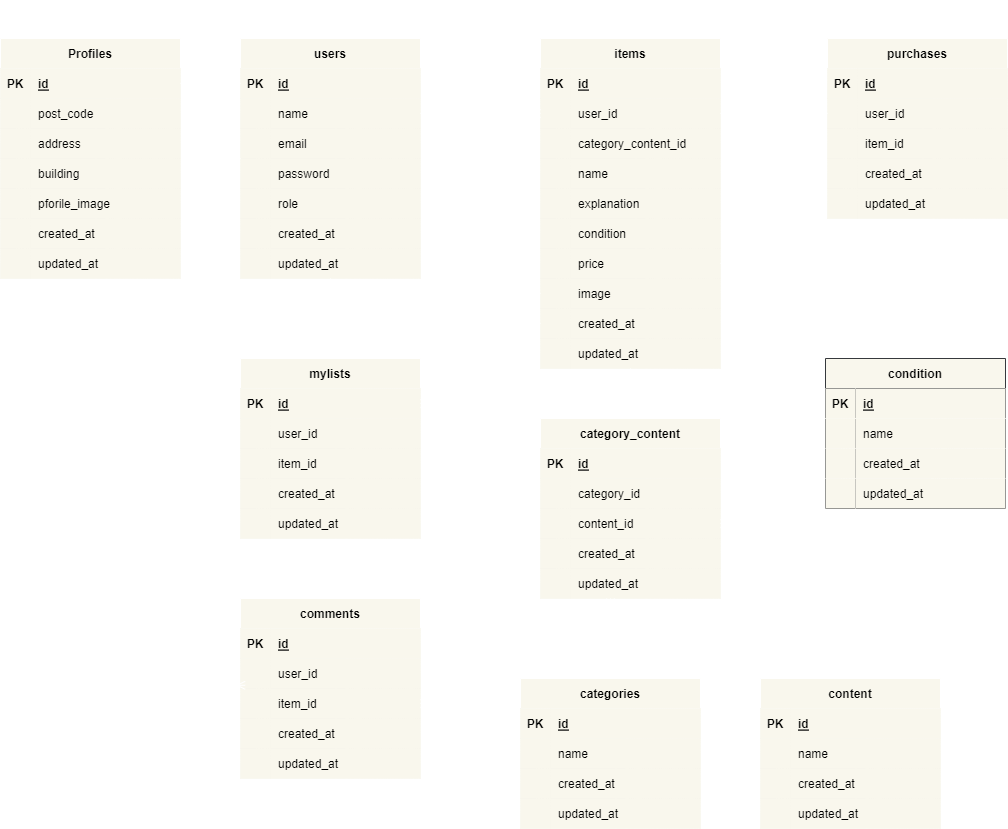
The draw.io diagram fleamarket.drawio.png in MinaYamamoto/fleamarket, before a commit. Source tidied: cells renumbered, new cells last; positions are measured from the earlier drawing's top-left corner, leaving out a move shared by most shapes.
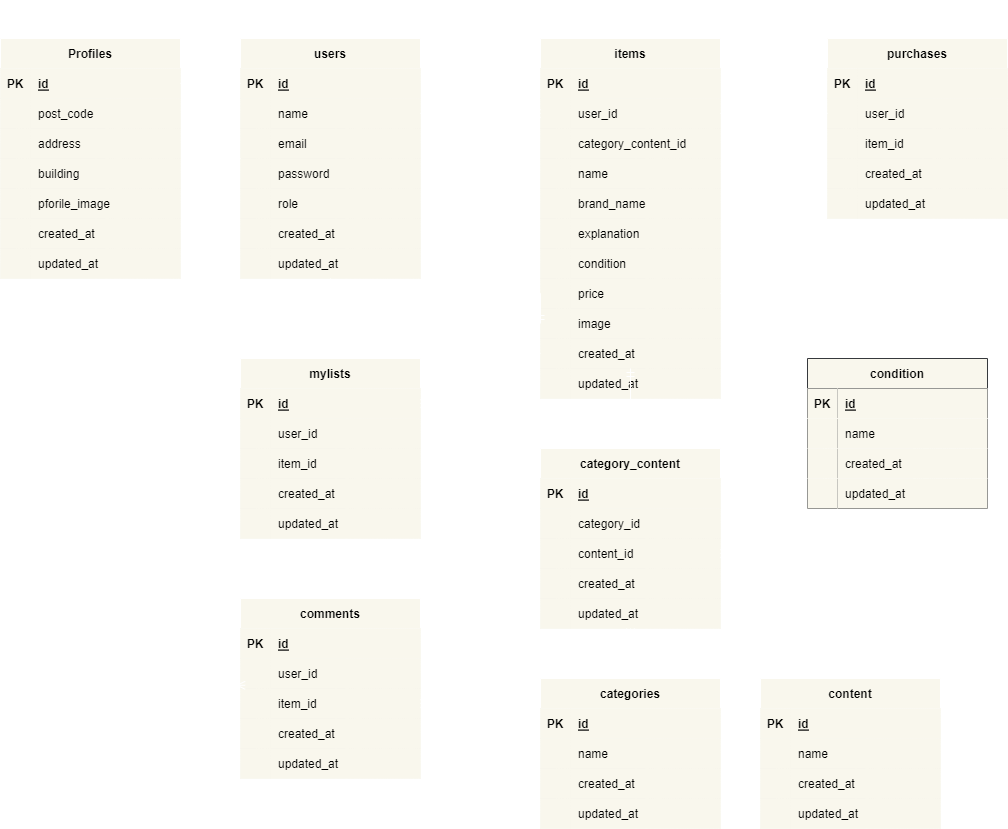
The same diagram one commit later.

Diff of the diagram source:
```diff
@@ -69,7 +69,7 @@
       <mxGeometry x="30" width="150" height="30" as="geometry" />
     </mxCell>
     <mxCell id="24" value="items" style="shape=table;startSize=30;rowLines=0;fontStyle=1;align=center;fillColor=#f9f7ed;strokeColor=#FFFFFF;fontColor=#000000;" parent="1" vertex="1">
-      <mxGeometry x="540" y="30" width="180" height="330" as="geometry" />
+      <mxGeometry x="540" y="30" width="180" height="360" as="geometry" />
     </mxCell>
     <mxCell id="25" style="shape=tableRow;horizontal=0;startSize=0;swimlaneHead=0;swimlaneBody=0;top=0;left=0;right=0;bottom=1;fillColor=#f9f7ed;strokeColor=#FFFFFF;fontColor=#000000;" parent="24" vertex="1">
       <mxGeometry y="30" width="180" height="30" as="geometry" />
@@ -107,8 +107,17 @@
     <mxCell id="36" value="name" style="shape=partialRectangle;top=0;left=0;bottom=0;right=0;align=left;spacingLeft=6;overflow=hidden;fillColor=#f9f7ed;strokeColor=#FFFFFF;fontColor=#000000;" parent="34" vertex="1">
       <mxGeometry x="30" width="150" height="30" as="geometry" />
     </mxCell>
+    <mxCell id="192" style="shape=tableRow;horizontal=0;startSize=0;swimlaneHead=0;swimlaneBody=0;top=0;left=0;right=0;bottom=0;fillColor=#f9f7ed;strokeColor=#FFFFFF;fontColor=#000000;" parent="24" vertex="1">
+      <mxGeometry y="150" width="180" height="30" as="geometry" />
+    </mxCell>
+    <mxCell id="193" style="shape=partialRectangle;top=0;left=0;bottom=0;right=0;overflow=hidden;fillColor=#f9f7ed;strokeColor=#FFFFFF;fontColor=#000000;" parent="192" vertex="1">
+      <mxGeometry width="30" height="30" as="geometry" />
+    </mxCell>
+    <mxCell id="194" value="brand_name" style="shape=partialRectangle;top=0;left=0;bottom=0;right=0;align=left;spacingLeft=6;overflow=hidden;fillColor=#f9f7ed;strokeColor=#FFFFFF;fontColor=#000000;" parent="192" vertex="1">
+      <mxGeometry x="30" width="150" height="30" as="geometry" />
+    </mxCell>
     <mxCell id="37" style="shape=tableRow;horizontal=0;startSize=0;swimlaneHead=0;swimlaneBody=0;top=0;left=0;right=0;bottom=0;fillColor=#f9f7ed;strokeColor=#FFFFFF;fontColor=#000000;" parent="24" vertex="1">
-      <mxGeometry y="150" width="180" height="30" as="geometry" />
+      <mxGeometry y="180" width="180" height="30" as="geometry" />
     </mxCell>
     <mxCell id="38" style="shape=partialRectangle;top=0;left=0;bottom=0;right=0;overflow=hidden;fillColor=#f9f7ed;strokeColor=#FFFFFF;fontColor=#000000;" parent="37" vertex="1">
       <mxGeometry width="30" height="30" as="geometry" />
@@ -117,7 +126,7 @@
       <mxGeometry x="30" width="150" height="30" as="geometry" />
     </mxCell>
     <mxCell id="40" style="shape=tableRow;horizontal=0;startSize=0;swimlaneHead=0;swimlaneBody=0;top=0;left=0;right=0;bottom=0;fillColor=#f9f7ed;strokeColor=#FFFFFF;fontColor=#000000;" parent="24" vertex="1">
-      <mxGeometry y="180" width="180" height="30" as="geometry" />
+      <mxGeometry y="210" width="180" height="30" as="geometry" />
     </mxCell>
     <mxCell id="41" style="shape=partialRectangle;top=0;left=0;bottom=0;right=0;overflow=hidden;fillColor=#f9f7ed;strokeColor=#FFFFFF;fontColor=#000000;" parent="40" vertex="1">
       <mxGeometry width="30" height="30" as="geometry" />
@@ -126,7 +135,7 @@
       <mxGeometry x="30" width="150" height="30" as="geometry" />
     </mxCell>
     <mxCell id="43" style="shape=tableRow;horizontal=0;startSize=0;swimlaneHead=0;swimlaneBody=0;points=[[0,0.5],[1,0.5]];portConstraint=eastwest;top=0;left=0;right=0;bottom=0;fillColor=#f9f7ed;strokeColor=#FFFFFF;fontColor=#000000;" parent="24" vertex="1">
-      <mxGeometry y="210" width="180" height="30" as="geometry" />
+      <mxGeometry y="240" width="180" height="30" as="geometry" />
     </mxCell>
     <mxCell id="44" style="shape=partialRectangle;top=0;left=0;bottom=0;right=0;overflow=hidden;fillColor=#f9f7ed;strokeColor=#FFFFFF;fontColor=#000000;" parent="43" vertex="1">
       <mxGeometry width="30" height="30" as="geometry" />
@@ -135,7 +144,7 @@
       <mxGeometry x="30" width="150" height="30" as="geometry" />
     </mxCell>
     <mxCell id="46" style="shape=tableRow;horizontal=0;startSize=0;swimlaneHead=0;swimlaneBody=0;points=[[0,0.5],[1,0.5]];portConstraint=eastwest;top=0;left=0;right=0;bottom=0;fillColor=#f9f7ed;strokeColor=#FFFFFF;fontColor=#000000;" parent="24" vertex="1">
-      <mxGeometry y="240" width="180" height="30" as="geometry" />
+      <mxGeometry y="270" width="180" height="30" as="geometry" />
     </mxCell>
     <mxCell id="47" style="shape=partialRectangle;top=0;left=0;bottom=0;right=0;overflow=hidden;fillColor=#f9f7ed;strokeColor=#FFFFFF;fontColor=#000000;" parent="46" vertex="1">
       <mxGeometry width="30" height="30" as="geometry" />
@@ -144,7 +153,7 @@
       <mxGeometry x="30" width="150" height="30" as="geometry" />
     </mxCell>
     <mxCell id="49" style="shape=tableRow;horizontal=0;startSize=0;swimlaneHead=0;swimlaneBody=0;points=[[0,0.5],[1,0.5]];portConstraint=eastwest;top=0;left=0;right=0;bottom=0;fillColor=#f9f7ed;strokeColor=#FFFFFF;fontColor=#000000;" parent="24" vertex="1">
-      <mxGeometry y="270" width="180" height="30" as="geometry" />
+      <mxGeometry y="300" width="180" height="30" as="geometry" />
     </mxCell>
     <mxCell id="50" style="shape=partialRectangle;top=0;left=0;bottom=0;right=0;overflow=hidden;fillColor=#f9f7ed;strokeColor=#FFFFFF;fontColor=#000000;" parent="49" vertex="1">
       <mxGeometry width="30" height="30" as="geometry" />
@@ -153,7 +162,7 @@
       <mxGeometry x="30" width="150" height="30" as="geometry" />
     </mxCell>
     <mxCell id="52" style="shape=tableRow;horizontal=0;startSize=0;swimlaneHead=0;swimlaneBody=0;top=0;left=0;right=0;bottom=0;fillColor=#f9f7ed;strokeColor=#FFFFFF;fontColor=#000000;" parent="24" vertex="1">
-      <mxGeometry y="300" width="180" height="30" as="geometry" />
+      <mxGeometry y="330" width="180" height="30" as="geometry" />
     </mxCell>
     <mxCell id="53" style="shape=partialRectangle;top=0;left=0;bottom=0;right=0;overflow=hidden;fillColor=#f9f7ed;strokeColor=#FFFFFF;fontColor=#000000;" parent="52" vertex="1">
       <mxGeometry width="30" height="30" as="geometry" />
@@ -162,7 +171,7 @@
       <mxGeometry x="30" width="150" height="30" as="geometry" />
     </mxCell>
     <mxCell id="55" value="category_content" style="shape=table;startSize=30;rowLines=0;fontStyle=1;align=center;fillColor=#f9f7ed;strokeColor=#FFFFFF;fontColor=#000000;" parent="1" vertex="1">
-      <mxGeometry x="540" y="410" width="180" height="180" as="geometry" />
+      <mxGeometry x="540" y="440" width="180" height="180" as="geometry" />
     </mxCell>
     <mxCell id="56" style="shape=tableRow;horizontal=0;startSize=0;swimlaneHead=0;swimlaneBody=0;top=0;left=0;right=0;bottom=1;fillColor=#f9f7ed;strokeColor=#FFFFFF;fontColor=#000000;" parent="55" vertex="1">
       <mxGeometry y="30" width="180" height="30" as="geometry" />
@@ -462,7 +471,7 @@
       </mxGeometry>
     </mxCell>
     <mxCell id="149" value="condition" style="shape=table;startSize=30;rowLines=0;fontStyle=1;align=center;strokeColor=#36393d;fillColor=#f9f7ed;fontColor=#000000;" parent="1" vertex="1">
-      <mxGeometry x="825" y="350" width="180" height="150" as="geometry" />
+      <mxGeometry x="807" y="350" width="180" height="150" as="geometry" />
     </mxCell>
     <mxCell id="150" style="shape=tableRow;horizontal=0;startSize=0;swimlaneHead=0;swimlaneBody=0;fillColor=none;points=[[0,0.5],[1,0.5]];portConstraint=eastwest;top=0;left=0;right=0;bottom=1;strokeColor=#FFFFFF;fontColor=#000000;" parent="149" vertex="1">
       <mxGeometry y="30" width="180" height="30" as="geometry" />
@@ -543,7 +552,7 @@
       <mxGeometry x="30" width="150" height="30" as="geometry" />
     </mxCell>
     <mxCell id="176" value="categories" style="shape=table;startSize=30;rowLines=0;fontStyle=1;align=center;fillColor=#f9f7ed;strokeColor=#FFFFFF;fontColor=#000000;" parent="1" vertex="1">
-      <mxGeometry x="520" y="670" width="180" height="150" as="geometry" />
+      <mxGeometry x="540" y="670" width="180" height="150" as="geometry" />
     </mxCell>
     <mxCell id="177" style="shape=tableRow;horizontal=0;startSize=0;swimlaneHead=0;swimlaneBody=0;top=0;left=0;right=0;bottom=1;fillColor=#f9f7ed;strokeColor=#FFFFFF;fontColor=#000000;" parent="176" vertex="1">
       <mxGeometry y="30" width="180" height="30" as="geometry" />
@@ -583,15 +592,11 @@
     </mxCell>
     <mxCell id="189" style="fontSize=12;html=1;endArrow=ERzeroToMany;startArrow=ERmandOne;rounded=0;strokeColor=#FFFFFF;fontColor=#000000;exitX=0.5;exitY=0;exitDx=0;exitDy=0;" parent="1" edge="1" source="176">
       <mxGeometry relative="1" as="geometry">
-        <mxPoint x="610" y="590" as="targetPoint" />
+        <mxPoint x="630" y="620" as="targetPoint" />
       </mxGeometry>
     </mxCell>
-    <mxCell id="190" style="edgeStyle=orthogonalEdgeStyle;fontSize=12;html=1;endArrow=ERzeroToMany;startArrow=ERmandOne;rounded=0;strokeColor=#FFFFFF;fontColor=#000000;entryX=1;entryY=0.5;entryDx=0;entryDy=0;exitX=0.5;exitY=0;exitDx=0;exitDy=0;" parent="1" edge="1" source="163" target="62">
-      <mxGeometry relative="1" as="geometry">
-        <Array as="points">
-          <mxPoint x="850" y="515" />
-        </Array>
-      </mxGeometry>
+    <mxCell id="190" style="fontSize=12;html=1;endArrow=ERzeroToMany;startArrow=ERmandOne;rounded=0;strokeColor=#FFFFFF;fontColor=#000000;entryX=1;entryY=0.5;entryDx=0;entryDy=0;exitX=0.5;exitY=0;exitDx=0;exitDy=0;edgeStyle=orthogonalEdgeStyle;" parent="1" edge="1" source="163" target="62">
+      <mxGeometry relative="1" as="geometry" />
     </mxCell>
     <mxCell id="191" style="fontSize=12;html=1;endArrow=ERzeroToMany;startArrow=ERmandOne;entryX=0.5;entryY=0;entryDx=0;entryDy=0;rounded=0;fillColor=#f9f7ed;strokeColor=#FFFFFF;" parent="1" edge="1" target="55">
       <mxGeometry relative="1" as="geometry">
```
